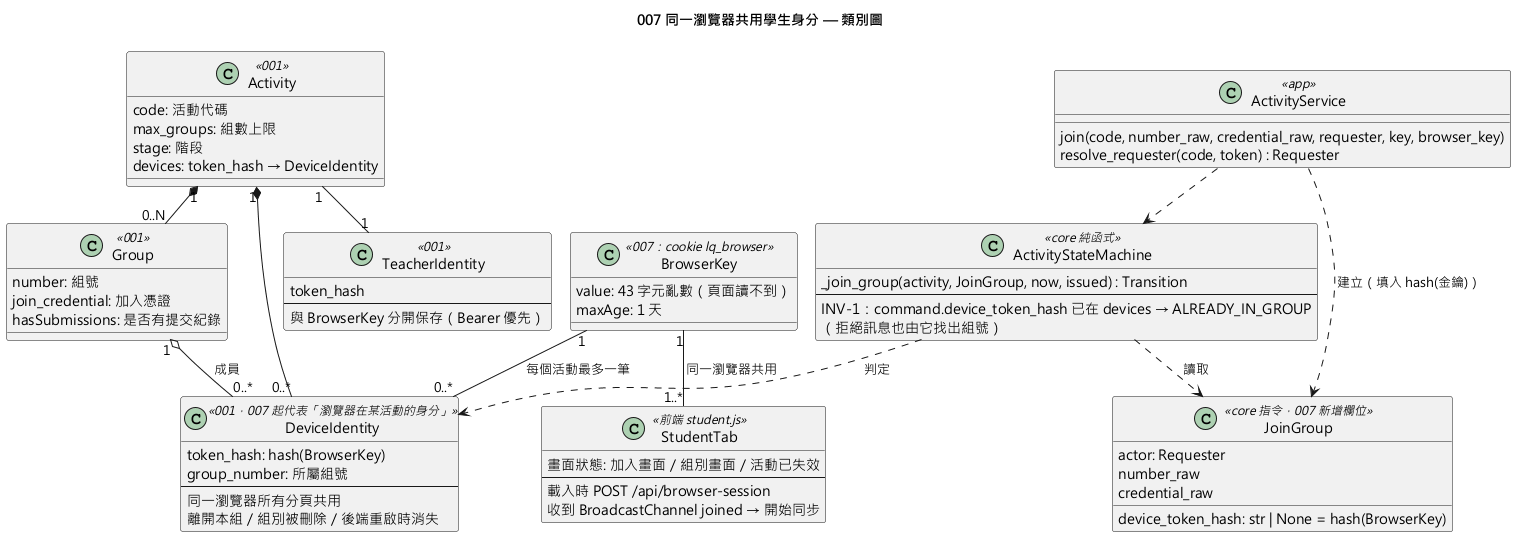
Above: diagrams/007-browser-identity-sync-class.png in EricC430/lecture-answer-first_group16_speckit (PlantUML), before the change.
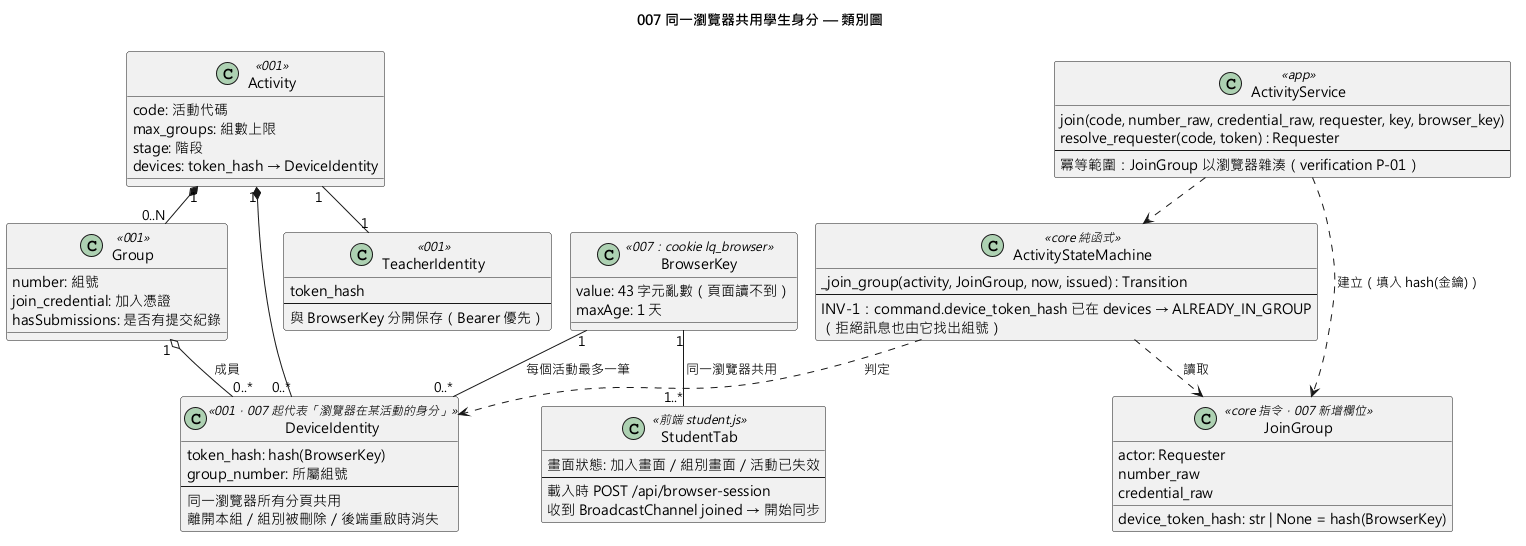
After the change.

Change to the diagram source:
```diff
@@ -52,6 +52,8 @@
 class ActivityService <<app>> {
   join(code, number_raw, credential_raw, requester, key, browser_key)
   resolve_requester(code, token) : Requester
+  --
+  冪等範圍：JoinGroup 以瀏覽器雜湊（verification P-01）
 }
 
 class StudentTab <<前端 student.js>> {
```
